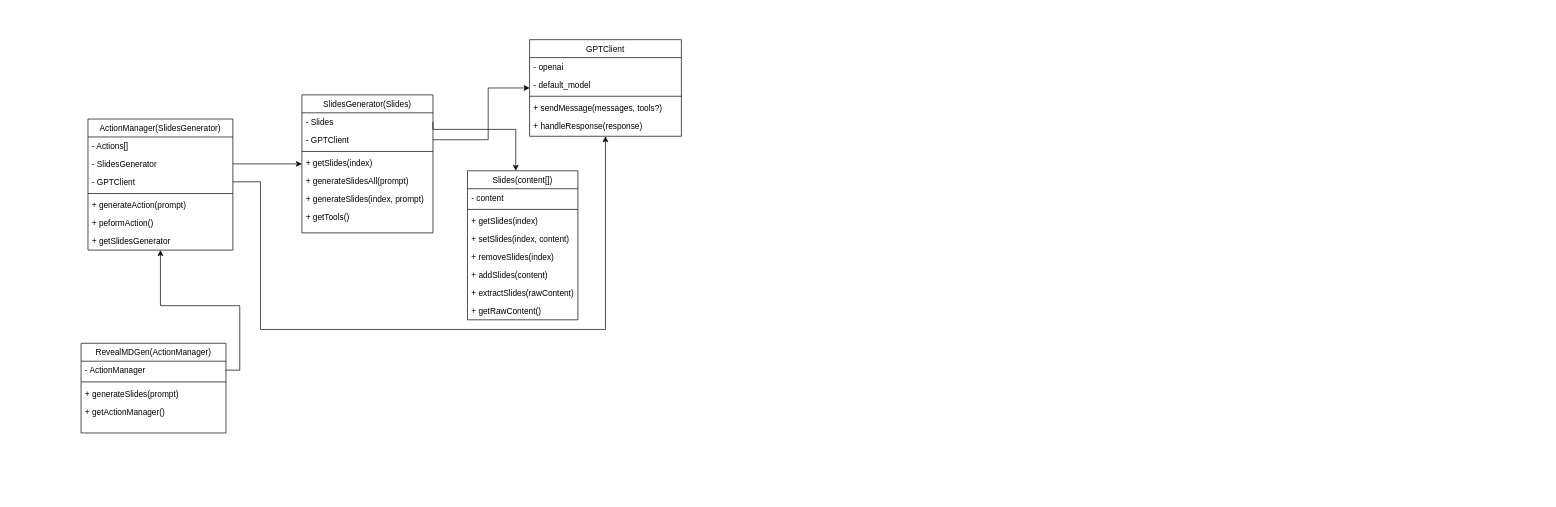
Before: RevealMDGen.drawio in riparuk/RevealJSGen, a draw.io diagram. Source tidied: cells renumbered, new cells numbered last; positions are measured from the earlier drawing's top-left corner, leaving out a move shared by most shapes. Both pictures are drawn from the tidied source at 69%, with x=0, y=0 at pixel (81, 39).
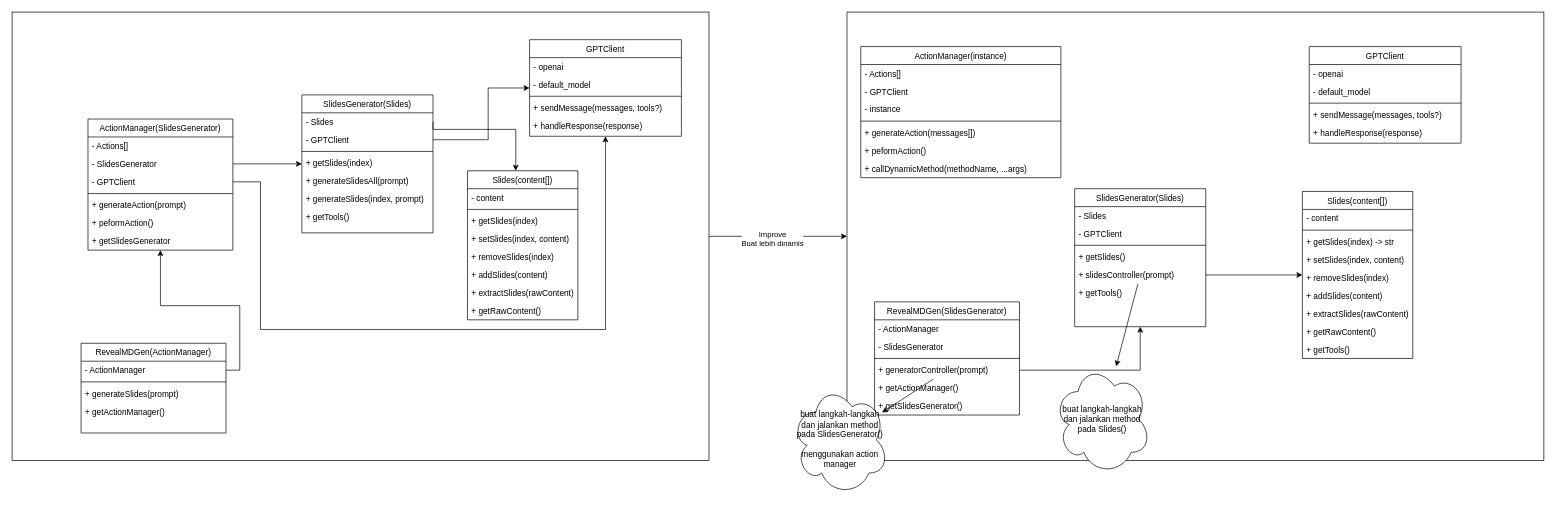
After the change.

Diff of the diagram source:
```diff
@@
+    <mxCell id="43" style="rounded=0;whiteSpace=wrap;html=1;" parent="1" vertex="1">
+      <mxGeometry x="1110" y="-40" width="1010" height="650" as="geometry" />
+    </mxCell>
+    <mxCell id="44" style="edgeStyle=orthogonalEdgeStyle;rounded=0;jettySize=auto;html=1;" parent="1" edge="1" source="46" target="43">
+      <mxGeometry relative="1" as="geometry" />
+    </mxCell>
+    <mxCell id="45" value="Improve&lt;br&gt;Buat lebih dinamis" style="edgeLabel;html=1;align=center;verticalAlign=middle;" parent="44" vertex="1">
+      <mxGeometry x="-0.09" y="-3" relative="1" as="geometry" />
+    </mxCell>
+    <mxCell id="46" style="rounded=0;whiteSpace=wrap;html=1;" parent="1" vertex="1">
+      <mxGeometry x="-100" y="-40" width="1010" height="650" as="geometry" />
+    </mxCell>
@@
+    <mxCell id="47" value="Slides(content[])" style="swimlane;fontStyle=0;align=center;verticalAlign=top;horizontal=1;startSize=26;rounded=0;shadow=0;strokeWidth=1;" parent="1" vertex="1">
+      <mxGeometry x="1770" y="220" width="160" height="242" as="geometry" />
+    </mxCell>
+    <mxCell id="48" value="- content" style="text;align=left;verticalAlign=top;spacingLeft=4;spacingRight=4;overflow=hidden;" parent="47" vertex="1">
+      <mxGeometry y="26" width="160" height="26" as="geometry" />
+    </mxCell>
+    <mxCell id="49" style="line;html=1;strokeWidth=1;align=left;verticalAlign=middle;spacingTop=-1;spacingLeft=3;spacingRight=3;labelPosition=right;" parent="47" vertex="1">
+      <mxGeometry y="52" width="160" height="8" as="geometry" />
+    </mxCell>
+    <mxCell id="50" value="+ getSlides(index) -&gt; str" style="text;align=left;verticalAlign=top;spacingLeft=4;spacingRight=4;overflow=hidden;" parent="47" vertex="1">
+      <mxGeometry y="60" width="160" height="26" as="geometry" />
+    </mxCell>
+    <mxCell id="51" value="+ setSlides(index, content)" style="text;align=left;verticalAlign=top;spacingLeft=4;spacingRight=4;overflow=hidden;" parent="47" vertex="1">
+      <mxGeometry y="86" width="160" height="26" as="geometry" />
+    </mxCell>
+    <mxCell id="52" value="+ removeSlides(index)" style="text;align=left;verticalAlign=top;spacingLeft=4;spacingRight=4;overflow=hidden;" parent="47" vertex="1">
+      <mxGeometry y="112" width="160" height="26" as="geometry" />
+    </mxCell>
+    <mxCell id="53" value="+ addSlides(content)" style="text;align=left;verticalAlign=top;spacingLeft=4;spacingRight=4;overflow=hidden;" parent="47" vertex="1">
+      <mxGeometry y="138" width="160" height="26" as="geometry" />
+    </mxCell>
+    <mxCell id="54" value="+ extractSlides(rawContent)" style="text;align=left;verticalAlign=top;spacingLeft=4;spacingRight=4;overflow=hidden;" parent="47" vertex="1">
+      <mxGeometry y="164" width="160" height="26" as="geometry" />
+    </mxCell>
+    <mxCell id="55" value="+ getRawContent()" style="text;align=left;verticalAlign=top;spacingLeft=4;spacingRight=4;overflow=hidden;" parent="47" vertex="1">
+      <mxGeometry y="190" width="160" height="26" as="geometry" />
+    </mxCell>
+    <mxCell id="56" value="+ getTools()" style="text;align=left;verticalAlign=top;spacingLeft=4;spacingRight=4;overflow=hidden;" parent="47" vertex="1">
+      <mxGeometry y="216" width="160" height="26" as="geometry" />
+    </mxCell>
+    <mxCell id="57" value="SlidesGenerator(Slides)" style="swimlane;fontStyle=0;align=center;verticalAlign=top;horizontal=1;startSize=26;rounded=0;shadow=0;strokeWidth=1;" parent="1" vertex="1">
+      <mxGeometry x="1440" y="216" width="190" height="200" as="geometry" />
+    </mxCell>
+    <mxCell id="58" value="- Slides" style="text;align=left;verticalAlign=top;spacingLeft=4;spacingRight=4;overflow=hidden;" parent="57" vertex="1">
+      <mxGeometry y="26" width="190" height="26" as="geometry" />
+    </mxCell>
+    <mxCell id="59" value="- GPTClient" style="text;align=left;verticalAlign=top;spacingLeft=4;spacingRight=4;overflow=hidden;" parent="57" vertex="1">
+      <mxGeometry y="52" width="190" height="26" as="geometry" />
+    </mxCell>
+    <mxCell id="60" style="line;html=1;strokeWidth=1;align=left;verticalAlign=middle;spacingTop=-1;spacingLeft=3;spacingRight=3;labelPosition=right;" parent="57" vertex="1">
+      <mxGeometry y="78" width="190" height="8" as="geometry" />
+    </mxCell>
+    <mxCell id="61" value="+ getSlides()" style="text;align=left;verticalAlign=top;spacingLeft=4;spacingRight=4;overflow=hidden;" parent="57" vertex="1">
+      <mxGeometry y="86" width="190" height="26" as="geometry" />
+    </mxCell>
+    <mxCell id="62" value="+ slidesController(prompt)" style="text;align=left;verticalAlign=top;spacingLeft=4;spacingRight=4;overflow=hidden;points=[[0,0.5],[1,0.5]];portConstraint=eastwest;" parent="57" vertex="1">
+      <mxGeometry y="112" width="190" height="26" as="geometry" />
+    </mxCell>
+    <mxCell id="63" value="+ getTools()" style="text;align=left;verticalAlign=top;spacingLeft=4;spacingRight=4;overflow=hidden;" parent="57" vertex="1">
+      <mxGeometry y="138" width="190" height="26" as="geometry" />
+    </mxCell>
+    <mxCell id="64" value="GPTClient" style="swimlane;fontStyle=0;align=center;verticalAlign=top;horizontal=1;startSize=26;rounded=0;shadow=0;strokeWidth=1;" parent="1" vertex="1">
+      <mxGeometry x="1780" y="10" width="220" height="140" as="geometry" />
+    </mxCell>
+    <mxCell id="65" value="- openai" style="text;align=left;verticalAlign=top;spacingLeft=4;spacingRight=4;overflow=hidden;" parent="64" vertex="1">
+      <mxGeometry y="26" width="220" height="26" as="geometry" />
+    </mxCell>
+    <mxCell id="66" value="- default_model" style="text;align=left;verticalAlign=top;spacingLeft=4;spacingRight=4;overflow=hidden;" parent="64" vertex="1">
+      <mxGeometry y="52" width="220" height="26" as="geometry" />
+    </mxCell>
+    <mxCell id="67" style="line;html=1;strokeWidth=1;align=left;verticalAlign=middle;spacingTop=-1;spacingLeft=3;spacingRight=3;labelPosition=right;" parent="64" vertex="1">
+      <mxGeometry y="78" width="220" height="8" as="geometry" />
+    </mxCell>
+    <mxCell id="68" value="+ sendMessage(messages, tools?)" style="text;align=left;verticalAlign=top;spacingLeft=4;spacingRight=4;overflow=hidden;" parent="64" vertex="1">
+      <mxGeometry y="86" width="220" height="26" as="geometry" />
+    </mxCell>
+    <mxCell id="69" value="+ handleResponse(response)" style="text;align=left;verticalAlign=top;spacingLeft=4;spacingRight=4;overflow=hidden;" parent="64" vertex="1">
+      <mxGeometry y="112" width="220" height="26" as="geometry" />
+    </mxCell>
+    <mxCell id="70" value="ActionManager(instance)" style="swimlane;fontStyle=0;align=center;verticalAlign=top;horizontal=1;startSize=26;rounded=0;shadow=0;strokeWidth=1;" parent="1" vertex="1">
+      <mxGeometry x="1130" y="10" width="290" height="190" as="geometry" />
+    </mxCell>
+    <mxCell id="71" value="- Actions[]" style="text;align=left;verticalAlign=top;spacingLeft=4;spacingRight=4;overflow=hidden;" parent="70" vertex="1">
+      <mxGeometry y="26" width="290" height="26" as="geometry" />
+    </mxCell>
+    <mxCell id="72" value="- GPTClient" style="text;align=left;verticalAlign=top;spacingLeft=4;spacingRight=4;overflow=hidden;" parent="70" vertex="1">
+      <mxGeometry y="52" width="290" height="26" as="geometry" />
+    </mxCell>
+    <mxCell id="73" value="- instance" style="text;align=left;verticalAlign=top;spacingLeft=4;spacingRight=4;overflow=hidden;" parent="70" vertex="1">
+      <mxGeometry y="78" width="290" height="26" as="geometry" />
+    </mxCell>
+    <mxCell id="74" style="line;html=1;strokeWidth=1;align=left;verticalAlign=middle;spacingTop=-1;spacingLeft=3;spacingRight=3;labelPosition=right;" parent="70" vertex="1">
+      <mxGeometry y="104" width="290" height="8" as="geometry" />
+    </mxCell>
+    <mxCell id="75" value="+ generateAction(messages[])" style="text;align=left;verticalAlign=top;spacingLeft=4;spacingRight=4;overflow=hidden;" parent="70" vertex="1">
+      <mxGeometry y="112" width="290" height="26" as="geometry" />
+    </mxCell>
+    <mxCell id="76" value="+ peformAction()" style="text;align=left;verticalAlign=top;spacingLeft=4;spacingRight=4;overflow=hidden;" parent="70" vertex="1">
+      <mxGeometry y="138" width="290" height="26" as="geometry" />
+    </mxCell>
+    <mxCell id="77" value="+ callDynamicMethod(methodName, ...args)" style="text;align=left;verticalAlign=top;spacingLeft=4;spacingRight=4;overflow=hidden;" parent="70" vertex="1">
+      <mxGeometry y="164" width="290" height="26" as="geometry" />
+    </mxCell>
+    <mxCell id="78" value="RevealMDGen(SlidesGenerator)" style="swimlane;fontStyle=0;align=center;verticalAlign=top;horizontal=1;startSize=26;rounded=0;shadow=0;strokeWidth=1;" parent="1" vertex="1">
+      <mxGeometry x="1150" y="380" width="210" height="164" as="geometry" />
+    </mxCell>
+    <mxCell id="79" value="- ActionManager" style="text;align=left;verticalAlign=top;spacingLeft=4;spacingRight=4;overflow=hidden;" parent="78" vertex="1">
+      <mxGeometry y="26" width="210" height="26" as="geometry" />
+    </mxCell>
+    <mxCell id="80" value="- SlidesGenerator" style="text;align=left;verticalAlign=top;spacingLeft=4;spacingRight=4;overflow=hidden;" parent="78" vertex="1">
+      <mxGeometry y="52" width="210" height="26" as="geometry" />
+    </mxCell>
+    <mxCell id="81" style="line;html=1;strokeWidth=1;align=left;verticalAlign=middle;spacingTop=-1;spacingLeft=3;spacingRight=3;labelPosition=right;" parent="78" vertex="1">
+      <mxGeometry y="78" width="210" height="8" as="geometry" />
+    </mxCell>
+    <mxCell id="82" value="+ generatorController(prompt)" style="text;align=left;verticalAlign=top;spacingLeft=4;spacingRight=4;overflow=hidden;points=[[0,0.5],[1,0.5]];portConstraint=eastwest;" parent="78" vertex="1">
+      <mxGeometry y="86" width="210" height="26" as="geometry" />
+    </mxCell>
+    <mxCell id="83" value="+ getActionManager()" style="text;align=left;verticalAlign=top;spacingLeft=4;spacingRight=4;overflow=hidden;" parent="78" vertex="1">
+      <mxGeometry y="112" width="210" height="26" as="geometry" />
+    </mxCell>
+    <mxCell id="84" value="+ getSlidesGenerator()" style="text;align=left;verticalAlign=top;spacingLeft=4;spacingRight=4;overflow=hidden;" parent="78" vertex="1">
+      <mxGeometry y="138" width="210" height="26" as="geometry" />
+    </mxCell>
+    <mxCell id="85" style="edgeStyle=orthogonalEdgeStyle;rounded=0;jettySize=auto;html=1;" parent="1" edge="1" source="82" target="57">
+      <mxGeometry relative="1" as="geometry" />
+    </mxCell>
+    <mxCell id="86" value="buat langkah-langkah dan jalankan method pada SlidesGenerator()&lt;br&gt;&lt;br&gt;menggunakan action manager" style="ellipse;shape=cloud;whiteSpace=wrap;html=1;" parent="1" vertex="1">
+      <mxGeometry x="1030" y="500" width="140" height="160" as="geometry" />
+    </mxCell>
+    <mxCell id="87" style="rounded=0;jettySize=auto;html=1;" parent="1" edge="1" source="82" target="86">
+      <mxGeometry relative="1" as="geometry" />
+    </mxCell>
+    <mxCell id="88" value="buat langkah-langkah dan jalankan method pada Slides()" style="ellipse;shape=cloud;whiteSpace=wrap;html=1;" parent="1" vertex="1">
+      <mxGeometry x="1410" y="470" width="140" height="160" as="geometry" />
+    </mxCell>
+    <mxCell id="89" style="rounded=0;jettySize=auto;html=1;" parent="1" edge="1" source="62" target="88">
+      <mxGeometry relative="1" as="geometry" />
+    </mxCell>
+    <mxCell id="90" style="edgeStyle=orthogonalEdgeStyle;rounded=0;jettySize=auto;html=1;" parent="1" edge="1" source="62" target="47">
+      <mxGeometry relative="1" as="geometry" />
+    </mxCell>
```
